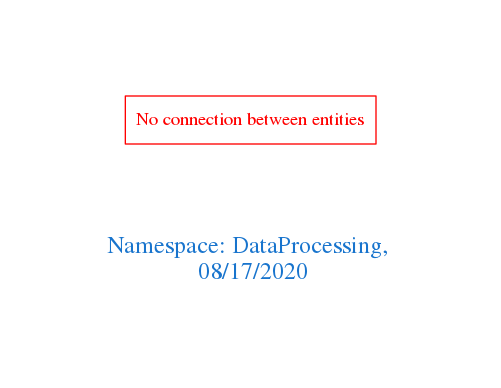
Before: downloads/DataProcessing.png, a diagram exported from Graphviz (arago/OGIT). Its source is kept beside it as downloads/DataProcessing.dot.
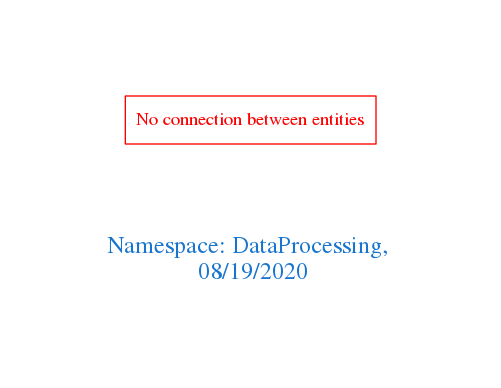
Above is the later version.

Diff of the diagram source:
```diff
@@ -1,7 +1,7 @@
 digraph OGIT_ontology {
  graph [ rankdir= LR,pad=1
 fontsize = 18,
-fontcolor= dodgerblue3,label = "\n\n\nNamespace: DataProcessing, \n 08/17/2020"];
+fontcolor= dodgerblue3,label = "\n\n\nNamespace: DataProcessing, \n 08/19/2020"];
 node[shape=polygon];
 edge [  color="gray81"];
 
```
